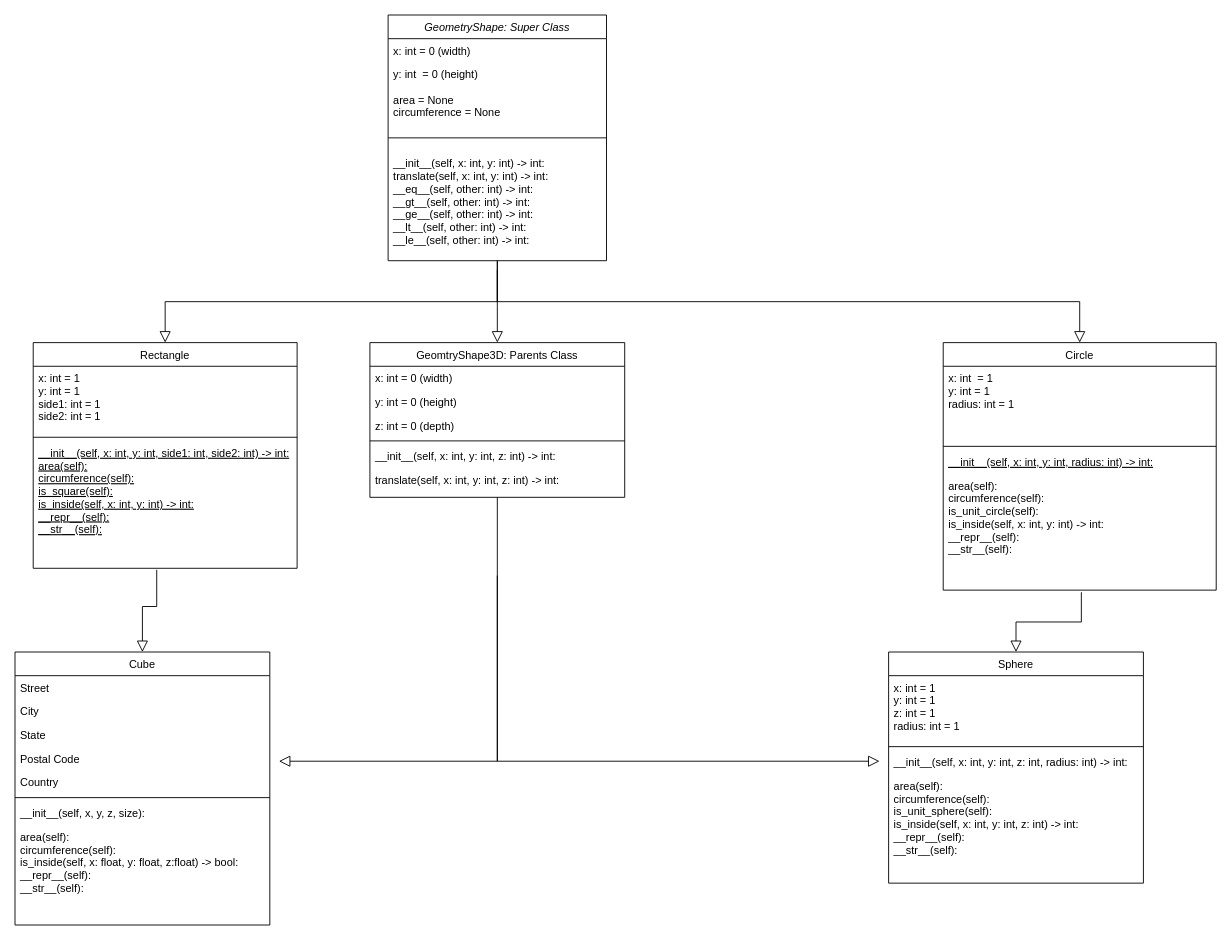
The draw.io diagram Labs/Labb3-Geometry-OOP/new_UML.drawio in Hannesssss/Python-Course-Hannes-Hedberg, before the edit. Source tidied: cells renumbered, new cells numbered last; positions are measured from the earlier drawing's top-left corner, leaving out a move shared by most shapes. Both pictures are drawn from the tidied source at 91%, with x=0, y=0 at pixel (15, 15).
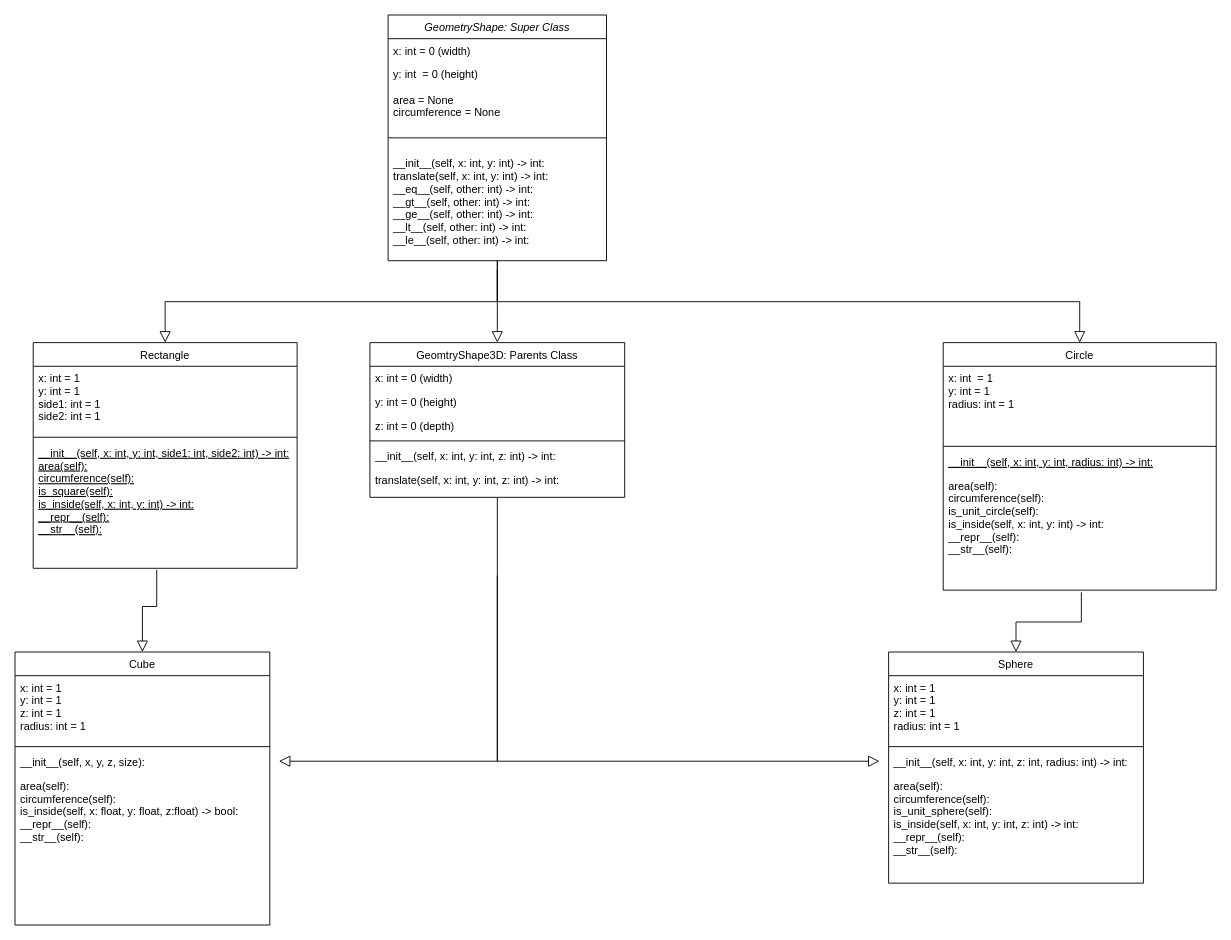
After the change.

Commit message (it also covers changes not shown here):
UML Exported

Unchanged cells that the change refers to:
```xml
<mxCell id="20" value="Cube&#10;" style="swimlane;fontStyle=0;align=center;verticalAlign=top;horizontal=1;startSize=26;rounded=0;shadow=0;strokeWidth=1;" parent="1" vertex="1">
  <mxGeometry y="700" width="280" height="300" as="geometry" />
</mxCell>
```

The edit, as a diff of the source:
```diff
@@
-    <mxCell id="21" value="Street" style="text;align=left;verticalAlign=top;spacingLeft=4;spacingRight=4;overflow=hidden;" parent="20" vertex="1">
-      <mxGeometry y="26" width="280" height="26" as="geometry" />
+    <mxCell id="21" value="x: int = 1&#10;y: int = 1&#10;z: int = 1 &#10;radius: int = 1" style="text;align=left;verticalAlign=top;spacingLeft=4;spacingRight=4;overflow=hidden;" parent="20" vertex="1">
+      <mxGeometry y="26" width="280" height="74" as="geometry" />
     </mxCell>
-    <mxCell id="22" value="City" style="text;align=left;verticalAlign=top;spacingLeft=4;spacingRight=4;overflow=hidden;rounded=0;shadow=0;html=0;" parent="20" vertex="1">
-      <mxGeometry y="52" width="280" height="26" as="geometry" />
-    </mxCell>
-    <mxCell id="23" value="State" style="text;align=left;verticalAlign=top;spacingLeft=4;spacingRight=4;overflow=hidden;rounded=0;shadow=0;html=0;" parent="20" vertex="1">
-      <mxGeometry y="78" width="280" height="26" as="geometry" />
-    </mxCell>
-    <mxCell id="24" value="Postal Code" style="text;align=left;verticalAlign=top;spacingLeft=4;spacingRight=4;overflow=hidden;rounded=0;shadow=0;html=0;" parent="20" vertex="1">
-      <mxGeometry y="104" width="280" height="26" as="geometry" />
-    </mxCell>
-    <mxCell id="25" value="Country" style="text;align=left;verticalAlign=top;spacingLeft=4;spacingRight=4;overflow=hidden;rounded=0;shadow=0;html=0;" parent="20" vertex="1">
-      <mxGeometry y="130" width="280" height="26" as="geometry" />
-    </mxCell>
     <mxCell id="26" style="line;html=1;strokeWidth=1;align=left;verticalAlign=middle;spacingTop=-1;spacingLeft=3;spacingRight=3;labelPosition=right;" parent="20" vertex="1">
-      <mxGeometry y="156" width="280" height="8" as="geometry" />
+      <mxGeometry y="100" width="280" height="8" as="geometry" />
     </mxCell>
     <mxCell id="27" value="__init__(self, x, y, z, size):" style="text;align=left;verticalAlign=top;spacingLeft=4;spacingRight=4;overflow=hidden;" parent="20" vertex="1">
-      <mxGeometry y="164" width="280" height="26" as="geometry" />
+      <mxGeometry y="108" width="280" height="26" as="geometry" />
     </mxCell>
     <mxCell id="28" value="area(self):&#10;circumference(self):&#10;is_inside(self, x: float, y: float, z:float) -&gt; bool:&#10;__repr__(self):&#10;__str__(self):" style="text;align=left;verticalAlign=top;spacingLeft=4;spacingRight=4;overflow=hidden;" parent="20" vertex="1">
-      <mxGeometry y="190" width="280" height="110" as="geometry" />
+      <mxGeometry y="134" width="280" height="110" as="geometry" />
     </mxCell>
```
